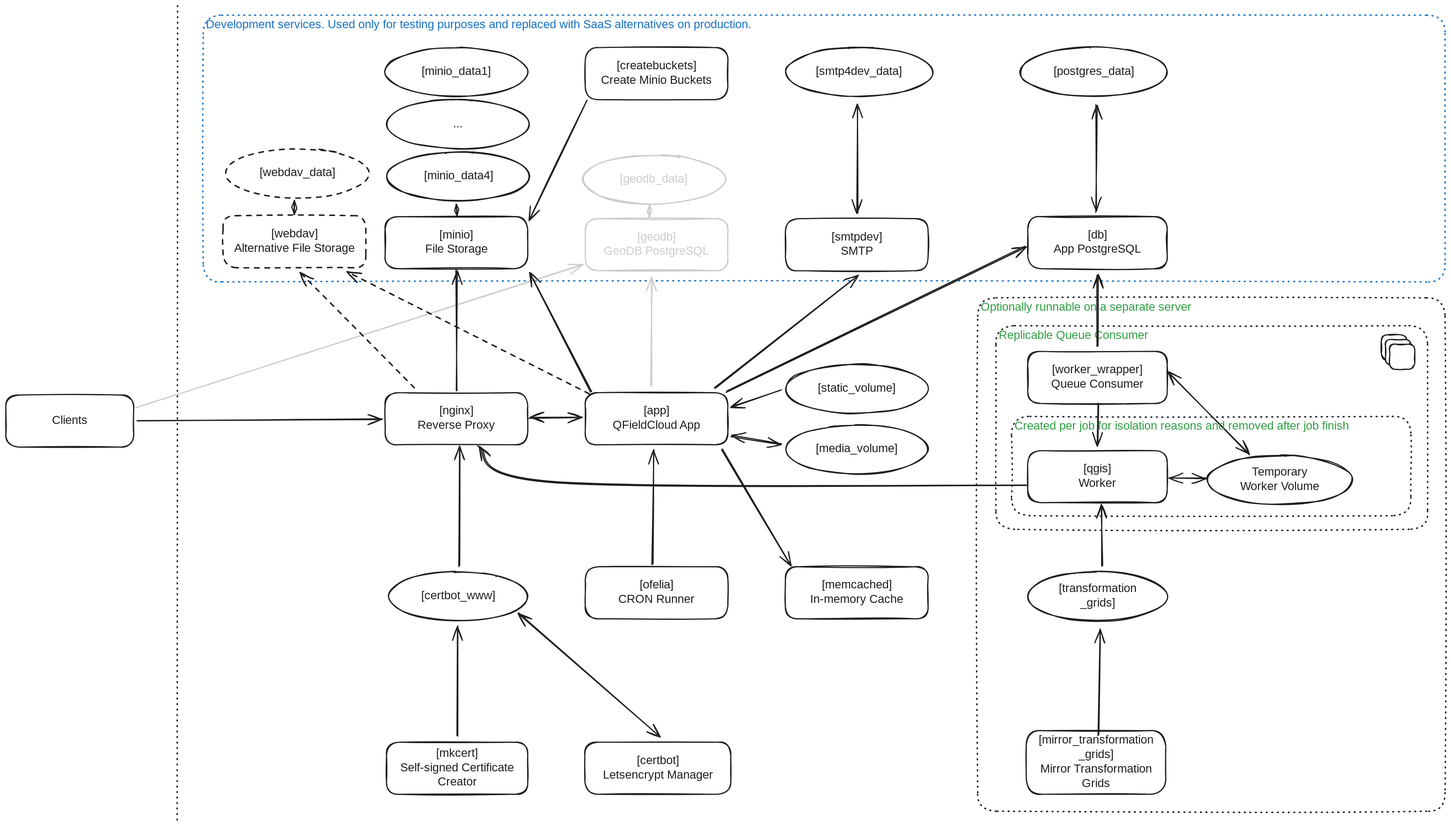
Before: documentation/assets/images/qfc_server_architecture_light.svg, a diagram exported from Excalidraw (opengisch/QField-docs). Source tidied: one line per element, renumbered; positions are measured from the earlier drawing's top-left corner, leaving out a move shared by most shapes.
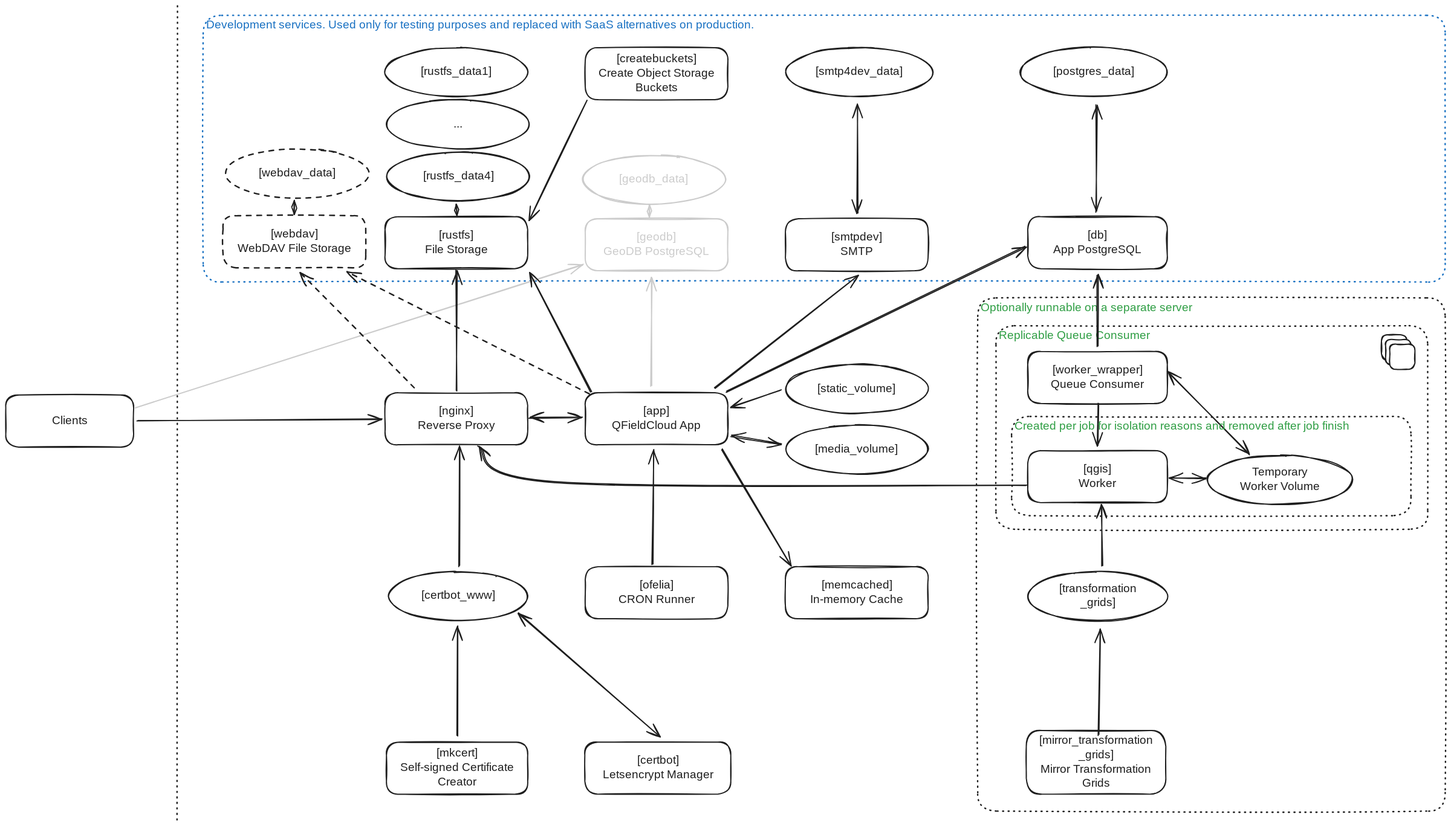
Above is the later version.

Commit message:
Update drawing of the server architecture

What changed in the source:
```diff
@@ -7,7 +7,7 @@
 {"id": 6, "type": "rectangle", "strokeColor": "#1e1e1e", "strokeWidth": 2, "roughness": 1, "round": true, "x": 655, "y": 668, "width": 247, "height": 90}
 {"id": 7, "type": "text", "text": "[nginx]\nReverse Proxy", "strokeColor": "#1e1e1e", "strokeWidth": 2, "roughness": 1, "fontSize": 20, "fontFamily": 5, "textAlign": "center", "verticalAlign": "middle", "inside": 6, "x": 708, "y": 688, "width": 141, "height": 50}
 {"id": 8, "type": "rectangle", "strokeColor": "#1e1e1e", "strokeWidth": 2, "roughness": 1, "round": true, "x": 655, "y": 363, "width": 247, "height": 90}
-{"id": 9, "type": "text", "text": "[minio]\nFile Storage", "strokeColor": "#1e1e1e", "strokeWidth": 2, "roughness": 1, "fontSize": 20, "fontFamily": 5, "textAlign": "center", "verticalAlign": "middle", "inside": 8, "x": 720, "y": 383, "width": 118, "height": 50}
+{"id": 9, "type": "text", "text": "[rustfs]\nFile Storage", "strokeColor": "#1e1e1e", "strokeWidth": 2, "roughness": 1, "fontSize": 20, "fontFamily": 5, "textAlign": "center", "verticalAlign": "middle", "inside": 8, "x": 720, "y": 383, "width": 118, "height": 50}
 {"id": 10, "type": "rectangle", "strokeColor": "#1e1e1e", "strokeWidth": 2, "roughness": 1, "round": true, "x": 1001, "y": 969, "width": 247, "height": 90}
 {"id": 11, "type": "text", "text": "[ofelia]\nCRON Runner", "strokeColor": "#1e1e1e", "strokeWidth": 2, "roughness": 1, "fontSize": 20, "fontFamily": 5, "textAlign": "center", "verticalAlign": "middle", "inside": 10, "x": 1060, "y": 989, "width": 129, "height": 50}
 {"id": 12, "type": "rectangle", "strokeColor": "#1e1e1e", "strokeWidth": 2, "roughness": 1, "round": true, "x": 1001, "y": 1272, "width": 252, "height": 90}
@@ -60,17 +60,17 @@
 {"id": 59, "type": "ellipse", "strokeColor": "#1e1e1e", "strokeWidth": 2, "roughness": 1, "round": true, "x": 1753, "y": 71, "width": 254, "height": 85}
 {"id": 60, "type": "text", "text": "[postgres_data]", "strokeColor": "#1e1e1e", "strokeWidth": 2, "roughness": 1, "fontSize": 20, "fontFamily": 5, "textAlign": "center", "verticalAlign": "middle", "inside": 59, "x": 1798, "y": 101, "width": 164, "height": 25}
 {"id": 61, "type": "ellipse", "strokeColor": "#1e1e1e", "strokeWidth": 2, "roughness": 1, "round": true, "x": 656, "y": 71, "width": 247, "height": 85}
-{"id": 62, "type": "text", "text": "[minio_data1]", "strokeColor": "#1e1e1e", "strokeWidth": 2, "roughness": 1, "fontSize": 20, "fontFamily": 5, "textAlign": "center", "verticalAlign": "middle", "inside": 61, "x": 712, "y": 101, "width": 133, "height": 25}
+{"id": 62, "type": "text", "text": "[rustfs_data1]", "strokeColor": "#1e1e1e", "strokeWidth": 2, "roughness": 1, "fontSize": 20, "fontFamily": 5, "textAlign": "center", "verticalAlign": "middle", "inside": 61, "x": 704, "y": 101, "width": 149, "height": 25}
 {"id": 63, "type": "ellipse", "strokeColor": "#1e1e1e", "strokeWidth": 2, "roughness": 1, "round": true, "x": 658, "y": 161, "width": 247, "height": 85}
 {"id": 64, "type": "text", "text": "...", "strokeColor": "#1e1e1e", "strokeWidth": 2, "roughness": 1, "fontSize": 20, "fontFamily": 5, "textAlign": "center", "verticalAlign": "middle", "inside": 63, "x": 773, "y": 191, "width": 17, "height": 25}
 {"id": 65, "type": "ellipse", "strokeColor": "#1e1e1e", "strokeWidth": 2, "roughness": 1, "round": true, "x": 659, "y": 251, "width": 247, "height": 85}
-{"id": 66, "type": "text", "text": "[minio_data4]", "strokeColor": "#1e1e1e", "strokeWidth": 2, "roughness": 1, "fontSize": 20, "fontFamily": 5, "textAlign": "center", "verticalAlign": "middle", "inside": 65, "x": 714, "y": 281, "width": 136, "height": 25}
+{"id": 66, "type": "text", "text": "[rustfs_data4]", "strokeColor": "#1e1e1e", "strokeWidth": 2, "roughness": 1, "fontSize": 20, "fontFamily": 5, "textAlign": "center", "verticalAlign": "middle", "inside": 65, "x": 706, "y": 281, "width": 153, "height": 25}
 {"id": 67, "type": "arrow", "strokeColor": "#1e1e1e", "strokeWidth": 2, "roughness": 1, "startArrowhead": "arrow", "endArrowhead": "arrow", "round": true, "from": 65, "to": 8, "x": 779, "y": 342, "width": 1, "height": 20, "points": [[0, 0], [1, 20]]}
 {"id": 68, "type": "arrow", "strokeColor": "#1e1e1e", "strokeWidth": 2, "roughness": 1, "startArrowhead": "arrow", "endArrowhead": "arrow", "round": true, "from": 18, "to": 57, "x": 1471, "y": 357, "width": 0, "height": 187, "points": [[0, 0], [0, -187]]}
 {"id": 69, "type": "arrow", "strokeColor": "#1e1e1e", "strokeWidth": 2, "roughness": 1, "startArrowhead": "arrow", "endArrowhead": "arrow", "round": true, "from": 14, "to": 59, "x": 1885, "y": 354, "width": 0, "height": 183, "points": [[0, 0], [0, -183]]}
 {"id": 70, "type": "arrow", "strokeColor": "#ccc", "strokeWidth": 2, "roughness": 1, "startArrowhead": "arrow", "endArrowhead": "arrow", "round": true, "from": 55, "to": 16, "x": 1113, "y": 343, "width": 0, "height": 21, "points": [[0, 0], [0, 21]]}
 {"id": 71, "type": "rectangle", "strokeColor": "#1e1e1e", "strokeWidth": 2, "roughness": 1, "round": true, "x": 1001, "y": 71, "width": 247, "height": 90}
-{"id": 72, "type": "text", "text": "[createbuckets]\nCreate Minio Buckets", "strokeColor": "#1e1e1e", "strokeWidth": 2, "roughness": 1, "fontSize": 20, "fontFamily": 5, "textAlign": "center", "verticalAlign": "middle", "inside": 71, "x": 1021, "y": 91, "width": 208, "height": 50}
+{"id": 72, "type": "text", "text": "[createbuckets]\nCreate Object Storage\nBuckets", "strokeColor": "#1e1e1e", "strokeWidth": 2, "roughness": 1, "fontSize": 20, "fontFamily": 5, "textAlign": "center", "verticalAlign": "middle", "inside": 71, "x": 1014, "y": 79, "width": 221, "height": 75}
 {"id": 73, "type": "arrow", "strokeColor": "#1e1e1e", "strokeWidth": 2, "roughness": 1, "endArrowhead": "arrow", "from": 71, "to": 8, "x": 1005, "y": 162, "width": 100, "height": 208, "points": [[0, 0], [-100, 208]]}
 {"id": 74, "type": "rectangle", "strokeColor": "#1e1e1e", "backgroundColor": "#ffffff", "fillStyle": "solid", "strokeWidth": 2, "strokeStyle": "dotted", "roughness": 1, "round": true, "x": 1711, "y": 552, "width": 746, "height": 352}
 {"id": 75, "type": "text", "text": "Replicable Queue Consumer", "strokeColor": "#2f9e44", "strokeWidth": 2, "roughness": 1, "fontSize": 20, "fontFamily": 5, "inside": 74, "x": 1716, "y": 557, "width": 259, "height": 25}
@@ -92,7 +92,7 @@
 {"id": 91, "type": "rectangle", "strokeColor": "#1e1e1e", "backgroundColor": "#ffffff", "fillStyle": "solid", "strokeWidth": 2, "roughness": 1, "round": true, "x": 2385, "y": 576, "width": 44, "height": 44}
 {"id": 92, "type": "rectangle", "strokeColor": "#1e1e1e", "backgroundColor": "#ffffff", "fillStyle": "solid", "strokeWidth": 2, "roughness": 1, "round": true, "x": 2392, "y": 584, "width": 44, "height": 44}
 {"id": 93, "type": "rectangle", "strokeColor": "#1e1e1e", "strokeWidth": 2, "strokeStyle": "dashed", "roughness": 1, "round": true, "x": 376, "y": 362, "width": 247, "height": 90}
-{"id": 94, "type": "text", "text": "[webdav]\nAlternative File Storage", "strokeColor": "#1e1e1e", "strokeWidth": 2, "roughness": 1, "fontSize": 20, "fontFamily": 5, "textAlign": "center", "verticalAlign": "middle", "inside": 93, "x": 382, "y": 382, "width": 233, "height": 50}
+{"id": 94, "type": "text", "text": "[webdav]\nWebDAV File Storage", "strokeColor": "#1e1e1e", "strokeWidth": 2, "roughness": 1, "fontSize": 20, "fontFamily": 5, "textAlign": "center", "verticalAlign": "middle", "inside": 93, "x": 398, "y": 382, "width": 203, "height": 50}
 {"id": 95, "type": "ellipse", "strokeColor": "#1e1e1e", "strokeWidth": 2, "strokeStyle": "dashed", "roughness": 1, "round": true, "x": 381, "y": 246, "width": 247, "height": 85}
 {"id": 96, "type": "text", "text": "[webdav_data]", "strokeColor": "#1e1e1e", "strokeWidth": 2, "roughness": 1, "fontSize": 20, "fontFamily": 5, "textAlign": "center", "verticalAlign": "middle", "inside": 95, "x": 429, "y": 276, "width": 149, "height": 25}
 {"id": 97, "type": "arrow", "strokeColor": "#1e1e1e", "strokeWidth": 2, "strokeStyle": "dashed", "roughness": 1, "endArrowhead": "arrow", "round": true, "from": 6, "to": 93, "x": 706, "y": 660, "width": 199, "height": 199, "points": [[0, 0], [-199, -199]]}
```
